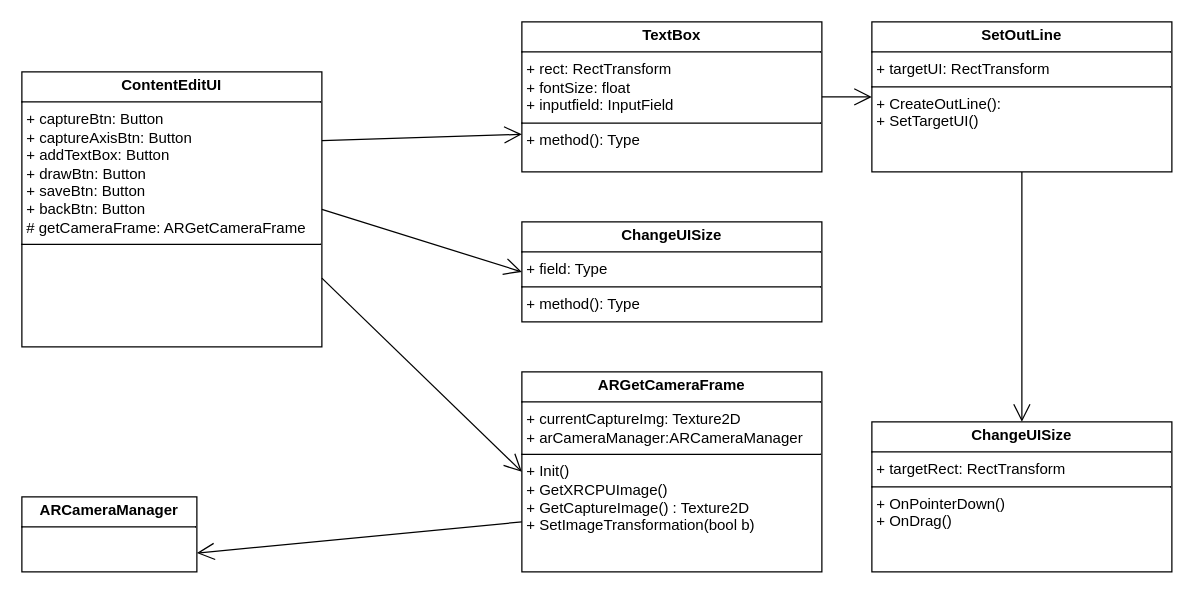
The draw.io diagram Ar _Content_Edit/ContentEdit.drawio in meterslug4/Project-UML, before the edit. Source tidied: cells renumbered, new cells numbered last; positions are measured from the earlier drawing's top-left corner, leaving out a move shared by most shapes. Both pictures are drawn from the tidied source at 125%, with x=0, y=0 at pixel (21, 21).
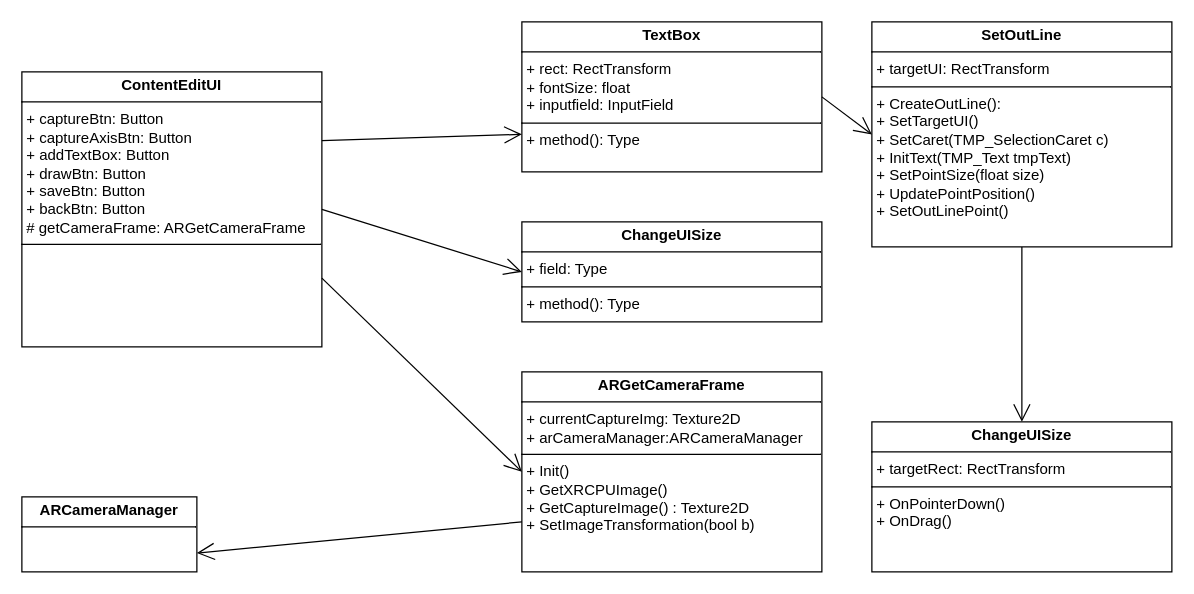
Above is the later version.

Change to the diagram source:
```diff
@@
 <mxGraphModel>
   <root>
     <mxCell id="0" />
     <mxCell id="1" parent="0" />
     <mxCell id="2" value="&lt;p style=&quot;margin:0px;margin-top:4px;text-align:center;&quot;&gt;&lt;b&gt;ContentEditUI&lt;/b&gt;&lt;/p&gt;&lt;hr size=&quot;1&quot; style=&quot;border-style:solid;&quot;&gt;&lt;p style=&quot;margin:0px;margin-left:4px;&quot;&gt;+ captureBtn: Button&lt;/p&gt;&lt;p style=&quot;margin:0px;margin-left:4px;&quot;&gt;+ captureAxisBtn: Button&lt;/p&gt;&lt;p style=&quot;margin:0px;margin-left:4px;&quot;&gt;+ addTextBox: Button&lt;/p&gt;&lt;p style=&quot;margin:0px;margin-left:4px;&quot;&gt;+ drawBtn: Button&lt;/p&gt;&lt;p style=&quot;margin:0px;margin-left:4px;&quot;&gt;+ saveBtn: Button&lt;/p&gt;&lt;p style=&quot;margin:0px;margin-left:4px;&quot;&gt;+ backBtn: Button&lt;/p&gt;&lt;p style=&quot;margin:0px;margin-left:4px;&quot;&gt;# getCameraFrame: ARGetCameraFrame&lt;/p&gt;&lt;hr size=&quot;1&quot; style=&quot;border-style:solid;&quot;&gt;&lt;p style=&quot;margin:0px;margin-left:4px;&quot;&gt;&lt;br&gt;&lt;/p&gt;" style="verticalAlign=top;align=left;overflow=fill;html=1;whiteSpace=wrap;" parent="1" vertex="1">
       <mxGeometry y="40" width="240" height="220" as="geometry" />
     </mxCell>
     <mxCell id="3" value="&lt;p style=&quot;margin:0px;margin-top:4px;text-align:center;&quot;&gt;&lt;b&gt;TextBox&lt;/b&gt;&lt;/p&gt;&lt;hr size=&quot;1&quot; style=&quot;border-style:solid;&quot;&gt;&lt;p style=&quot;margin:0px;margin-left:4px;&quot;&gt;+ rect: RectTransform&lt;/p&gt;&lt;p style=&quot;margin:0px;margin-left:4px;&quot;&gt;+ fontSize: float&lt;/p&gt;&lt;p style=&quot;margin:0px;margin-left:4px;&quot;&gt;+ inputfield: InputField&lt;/p&gt;&lt;hr size=&quot;1&quot; style=&quot;border-style:solid;&quot;&gt;&lt;p style=&quot;margin:0px;margin-left:4px;&quot;&gt;+ method(): Type&lt;/p&gt;" style="verticalAlign=top;align=left;overflow=fill;html=1;whiteSpace=wrap;" parent="1" vertex="1">
       <mxGeometry x="400" width="240" height="120" as="geometry" />
     </mxCell>
     <mxCell id="4" value="&lt;p style=&quot;margin:0px;margin-top:4px;text-align:center;&quot;&gt;&lt;b&gt;ChangeUISize&lt;/b&gt;&lt;/p&gt;&lt;hr size=&quot;1&quot; style=&quot;border-style:solid;&quot;&gt;&lt;p style=&quot;margin:0px;margin-left:4px;&quot;&gt;+ field: Type&lt;/p&gt;&lt;hr size=&quot;1&quot; style=&quot;border-style:solid;&quot;&gt;&lt;p style=&quot;margin:0px;margin-left:4px;&quot;&gt;+ method(): Type&lt;/p&gt;" style="verticalAlign=top;align=left;overflow=fill;html=1;whiteSpace=wrap;" parent="1" vertex="1">
       <mxGeometry x="400" y="160" width="240" height="80" as="geometry" />
     </mxCell>
     <mxCell id="5" value="&lt;p style=&quot;margin:0px;margin-top:4px;text-align:center;&quot;&gt;&lt;b&gt;ARGetCameraFrame&lt;/b&gt;&lt;/p&gt;&lt;hr size=&quot;1&quot; style=&quot;border-style:solid;&quot;&gt;&lt;p style=&quot;margin:0px;margin-left:4px;&quot;&gt;+ currentCaptureImg: Texture2D&lt;/p&gt;&lt;p style=&quot;margin:0px;margin-left:4px;&quot;&gt;+ arCameraManager:ARCameraManager&lt;/p&gt;&lt;hr size=&quot;1&quot; style=&quot;border-style:solid;&quot;&gt;&lt;p style=&quot;margin:0px;margin-left:4px;&quot;&gt;+ Init()&lt;/p&gt;&lt;p style=&quot;margin:0px;margin-left:4px;&quot;&gt;+ GetXRCPUImage()&lt;/p&gt;&lt;p style=&quot;margin:0px;margin-left:4px;&quot;&gt;+ GetCaptureImage() : Texture2D&lt;/p&gt;&lt;p style=&quot;margin:0px;margin-left:4px;&quot;&gt;+ SetImageTransformation(bool b)&lt;/p&gt;&lt;p style=&quot;margin:0px;margin-left:4px;&quot;&gt;&lt;br&gt;&lt;/p&gt;" style="verticalAlign=top;align=left;overflow=fill;html=1;whiteSpace=wrap;" parent="1" vertex="1">
       <mxGeometry x="400" y="280" width="240" height="160" as="geometry" />
     </mxCell>
     <mxCell id="6" style="endArrow=open;endFill=1;endSize=12;html=1;rounded=0;exitX=1;exitY=0.25;exitDx=0;exitDy=0;entryX=0;entryY=0.75;entryDx=0;entryDy=0;" parent="1" edge="1" source="2" target="3">
       <mxGeometry relative="1" as="geometry" />
     </mxCell>
     <mxCell id="7" style="endArrow=open;endFill=1;endSize=12;html=1;rounded=0;exitX=1;exitY=0.5;exitDx=0;exitDy=0;entryX=0;entryY=0.5;entryDx=0;entryDy=0;" parent="1" edge="1" source="2" target="4">
       <mxGeometry relative="1" as="geometry" />
     </mxCell>
     <mxCell id="8" style="endArrow=open;endFill=1;endSize=12;html=1;rounded=0;exitX=1;exitY=0.75;exitDx=0;exitDy=0;entryX=0;entryY=0.5;entryDx=0;entryDy=0;" parent="1" edge="1" source="2" target="5">
       <mxGeometry relative="1" as="geometry" />
     </mxCell>
     <mxCell id="9" value="&lt;p style=&quot;margin:0px;margin-top:4px;text-align:center;&quot;&gt;&lt;b&gt;ARCameraManager&lt;/b&gt;&lt;/p&gt;&lt;hr size=&quot;1&quot; style=&quot;border-style:solid;&quot;&gt;&lt;div style=&quot;height:2px;&quot;&gt;&lt;/div&gt;" style="verticalAlign=top;align=left;overflow=fill;html=1;whiteSpace=wrap;" parent="1" vertex="1">
       <mxGeometry y="380" width="140" height="60" as="geometry" />
     </mxCell>
     <mxCell id="10" style="endArrow=open;endFill=1;endSize=12;html=1;rounded=0;exitX=0;exitY=0.75;exitDx=0;exitDy=0;entryX=1;entryY=0.75;entryDx=0;entryDy=0;" parent="1" edge="1" source="5" target="9">
       <mxGeometry relative="1" as="geometry" />
     </mxCell>
-    <mxCell id="11" value="&lt;p style=&quot;margin:0px;margin-top:4px;text-align:center;&quot;&gt;&lt;b&gt;SetOutLine&lt;/b&gt;&lt;/p&gt;&lt;hr size=&quot;1&quot; style=&quot;border-style:solid;&quot;&gt;&lt;p style=&quot;margin:0px;margin-left:4px;&quot;&gt;+ targetUI: RectTransform&lt;/p&gt;&lt;hr size=&quot;1&quot; style=&quot;border-style:solid;&quot;&gt;&lt;p style=&quot;margin:0px;margin-left:4px;&quot;&gt;+ CreateOutLine():&lt;/p&gt;&lt;p style=&quot;margin:0px;margin-left:4px;&quot;&gt;+ SetTargetUI()&lt;/p&gt;" style="verticalAlign=top;align=left;overflow=fill;html=1;whiteSpace=wrap;" parent="1" vertex="1">
-      <mxGeometry x="680" width="240" height="120" as="geometry" />
+    <mxCell id="11" value="&lt;p style=&quot;margin:0px;margin-top:4px;text-align:center;&quot;&gt;&lt;b&gt;SetOutLine&lt;/b&gt;&lt;/p&gt;&lt;hr size=&quot;1&quot; style=&quot;border-style:solid;&quot;&gt;&lt;p style=&quot;margin:0px;margin-left:4px;&quot;&gt;+ targetUI: RectTransform&lt;/p&gt;&lt;hr size=&quot;1&quot; style=&quot;border-style:solid;&quot;&gt;&lt;p style=&quot;margin:0px;margin-left:4px;&quot;&gt;+ CreateOutLine():&lt;/p&gt;&lt;p style=&quot;margin:0px;margin-left:4px;&quot;&gt;+ SetTargetUI()&lt;/p&gt;&lt;p style=&quot;margin:0px;margin-left:4px;&quot;&gt;+ SetCaret(TMP_SelectionCaret c)&lt;/p&gt;&lt;p style=&quot;margin:0px;margin-left:4px;&quot;&gt;+ InitText(TMP_Text tmpText)&lt;/p&gt;&lt;p style=&quot;margin:0px;margin-left:4px;&quot;&gt;+ SetPointSize(float size)&lt;/p&gt;&lt;p style=&quot;margin:0px;margin-left:4px;&quot;&gt;+ UpdatePointPosition()&lt;/p&gt;&lt;p style=&quot;margin:0px;margin-left:4px;&quot;&gt;+ SetOutLinePoint()&lt;/p&gt;" style="verticalAlign=top;align=left;overflow=fill;html=1;whiteSpace=wrap;" parent="1" vertex="1">
+      <mxGeometry x="680" width="240" height="180" as="geometry" />
     </mxCell>
     <mxCell id="12" style="endArrow=open;endFill=1;endSize=12;html=1;rounded=0;exitX=1;exitY=0.5;exitDx=0;exitDy=0;entryX=0;entryY=0.5;entryDx=0;entryDy=0;" parent="1" edge="1" source="3" target="11">
       <mxGeometry relative="1" as="geometry" />
     </mxCell>
     <mxCell id="13" value="&lt;p style=&quot;margin:0px;margin-top:4px;text-align:center;&quot;&gt;&lt;b&gt;ChangeUISize&lt;/b&gt;&lt;/p&gt;&lt;hr size=&quot;1&quot; style=&quot;border-style:solid;&quot;&gt;&lt;p style=&quot;margin:0px;margin-left:4px;&quot;&gt;+ targetRect: RectTransform&lt;/p&gt;&lt;hr size=&quot;1&quot; style=&quot;border-style:solid;&quot;&gt;&lt;p style=&quot;margin:0px;margin-left:4px;&quot;&gt;+ OnPointerDown()&lt;/p&gt;&lt;p style=&quot;margin:0px;margin-left:4px;&quot;&gt;+ OnDrag()&lt;/p&gt;" style="verticalAlign=top;align=left;overflow=fill;html=1;whiteSpace=wrap;" parent="1" vertex="1">
       <mxGeometry x="680" y="320" width="240" height="120" as="geometry" />
     </mxCell>
     <mxCell id="14" style="endArrow=open;endFill=1;endSize=12;html=1;rounded=0;exitX=0.5;exitY=1;exitDx=0;exitDy=0;" parent="1" edge="1" source="11" target="13">
       <mxGeometry relative="1" as="geometry" />
     </mxCell>
   </root>
 </mxGraphModel>
```
